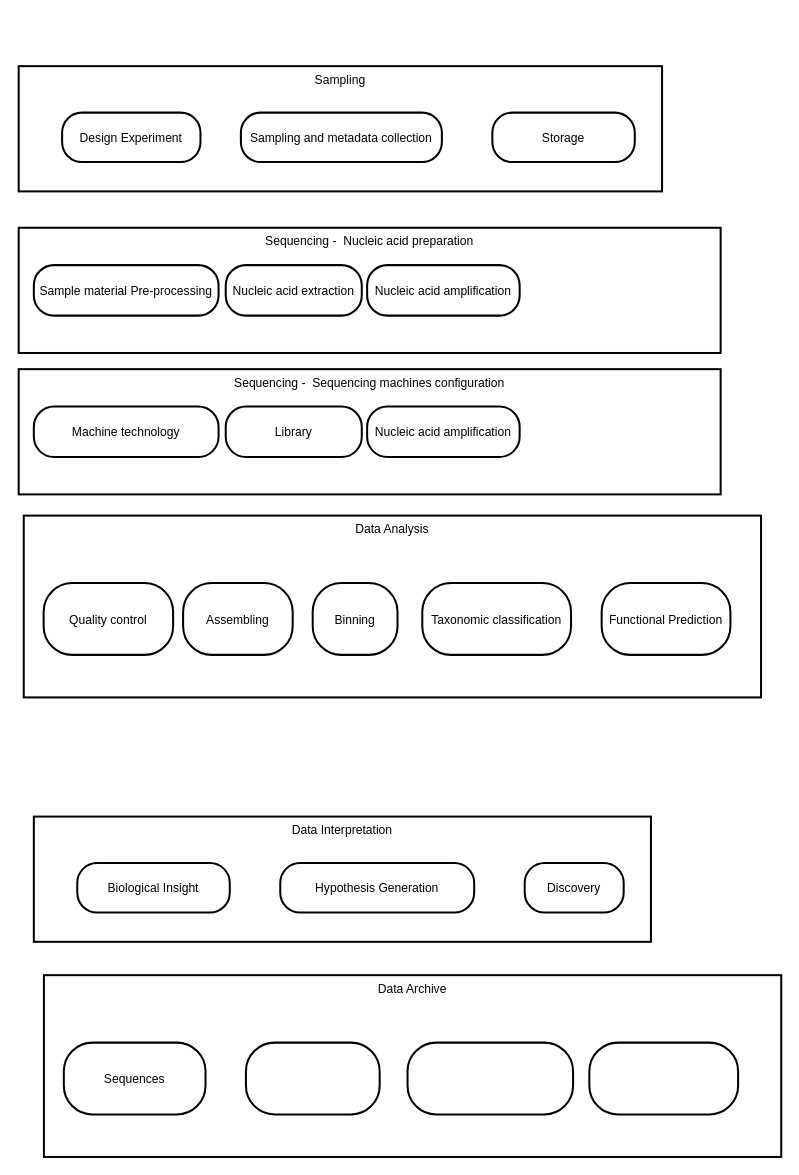
Arzhura/DaLi keeps this draw.io diagram as metaDaLi.drawio. Above is the earlier version. Source tidied: cells renumbered, new cells numbered last; positions are measured from the earlier drawing's top-left corner, leaving out a move shared by most shapes. Both pictures are drawn from the tidied source at 101%, with x=0, y=0 at pixel (18, 66).
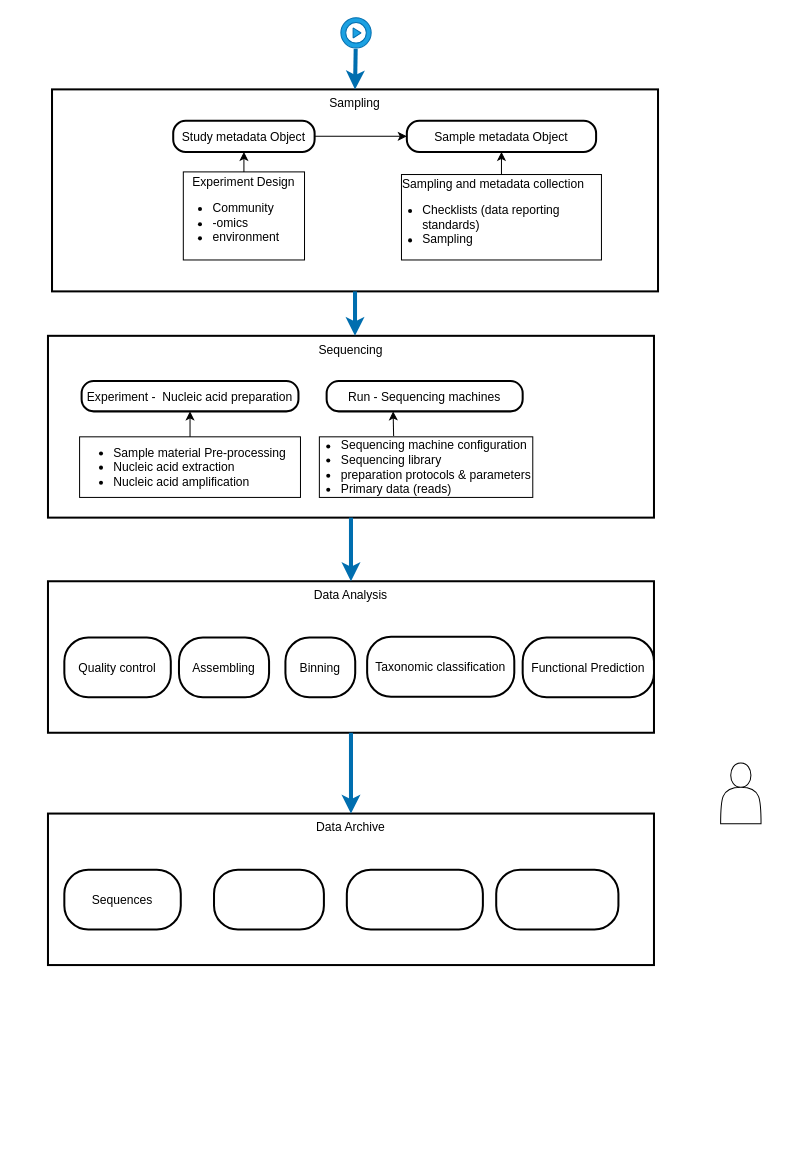
The same page after the edit.

What changed in the source:
```diff
@@
-    <mxCell id="2" value="Data Interpretation" style="whiteSpace=wrap;strokeWidth=2;verticalAlign=top;" parent="1" vertex="1">
-      <mxGeometry x="15" y="743" width="611" height="124" as="geometry" />
-    </mxCell>
-    <mxCell id="3" value="Biological Insight" style="rounded=1;arcSize=40;strokeWidth=2;" parent="2" vertex="1">
-      <mxGeometry x="43" y="46" width="151" height="49" as="geometry" />
-    </mxCell>
-    <mxCell id="4" value="Hypothesis Generation" style="rounded=1;arcSize=40;strokeWidth=2;" parent="2" vertex="1">
-      <mxGeometry x="244" y="46" width="192" height="49" as="geometry" />
-    </mxCell>
-    <mxCell id="5" value="Discovery" style="rounded=1;arcSize=40;strokeWidth=2;" parent="2" vertex="1">
-      <mxGeometry x="486" y="46" width="98" height="49" as="geometry" />
-    </mxCell>
     <mxCell id="6" value="Data Analysis" style="whiteSpace=wrap;strokeWidth=2;verticalAlign=top;" parent="1" vertex="1">
-      <mxGeometry x="5" y="445" width="730" height="180" as="geometry" />
+      <mxGeometry x="29" y="510" width="600" height="150" as="geometry" />
     </mxCell>
     <mxCell id="7" value="Binning" style="rounded=1;arcSize=40;strokeWidth=2;" parent="6" vertex="1">
-      <mxGeometry x="286.1" y="66.8" width="84" height="71.1" as="geometry" />
+      <mxGeometry x="235.1" y="55.6" width="69.1" height="59.3" as="geometry" />
     </mxCell>
     <mxCell id="8" value="Assembling" style="rounded=1;arcSize=40;strokeWidth=2;" parent="6" vertex="1">
-      <mxGeometry x="157.8" y="66.8" width="108.5" height="71.1" as="geometry" />
+      <mxGeometry x="129.7" y="55.6" width="89.2" height="59.3" as="geometry" />
     </mxCell>
     <mxCell id="9" value="Functional Prediction" style="rounded=1;arcSize=40;strokeWidth=2;" parent="6" vertex="1">
-      <mxGeometry x="572.2" y="66.8" width="127.5" height="71.1" as="geometry" />
+      <mxGeometry x="470" y="55.6" width="130" height="59.3" as="geometry" />
     </mxCell>
     <mxCell id="10" value="Quality control" style="rounded=1;arcSize=40;strokeWidth=2;" parent="6" vertex="1">
-      <mxGeometry x="19.7" y="66.8" width="128.2" height="71.1" as="geometry" />
+      <mxGeometry x="16.2" y="55.6" width="105.4" height="59.3" as="geometry" />
     </mxCell>
     <mxCell id="11" value="Taxonomic classification" style="rounded=1;arcSize=40;strokeWidth=2;" parent="6" vertex="1">
-      <mxGeometry x="394.6" y="66.8" width="147.3" height="71.1" as="geometry" />
+      <mxGeometry x="316" y="55" width="145.7" height="59.3" as="geometry" />
     </mxCell>
-    <mxCell id="12" value="Sequencing -  Nucleic acid preparation" style="whiteSpace=wrap;strokeWidth=2;verticalAlign=top;" parent="1" vertex="1">
-      <mxGeometry y="160" width="695" height="124" as="geometry" />
+    <mxCell id="12" value="Sequencing" style="whiteSpace=wrap;strokeWidth=2;verticalAlign=top;" parent="1" vertex="1">
+      <mxGeometry x="29" y="267" width="600" height="180" as="geometry" />
     </mxCell>
-    <mxCell id="13" value="Nucleic acid extraction" style="rounded=1;arcSize=40;strokeWidth=2;flipV=1;flipH=1;" parent="12" vertex="1">
-      <mxGeometry x="205" y="37" width="134.7" height="50" as="geometry" />
+    <mxCell id="13" value="Run - Sequencing machines" style="rounded=1;arcSize=40;strokeWidth=2;flipV=1;flipH=1;" parent="12" vertex="1">
+      <mxGeometry x="275.9" y="44.8" width="194.1" height="30" as="geometry" />
     </mxCell>
-    <mxCell id="14" value="Sample material Pre-processing" style="rounded=1;arcSize=40;strokeWidth=2;flipV=1;flipH=1;" parent="12" vertex="1">
-      <mxGeometry x="15" y="37" width="182.9" height="50" as="geometry" />
+    <mxCell id="14" value="Experiment -  Nucleic acid preparation" style="rounded=1;arcSize=40;strokeWidth=2;flipV=1;flipH=1;" parent="12" vertex="1">
+      <mxGeometry x="33.3" y="44.8" width="214.7" height="30" as="geometry" />
     </mxCell>
-    <mxCell id="15" value="Nucleic acid amplification" style="rounded=1;arcSize=40;strokeWidth=2;flipV=1;flipH=1;" parent="12" vertex="1">
-      <mxGeometry x="345" y="37" width="151" height="50" as="geometry" />
-    </mxCell>
+    <mxCell id="29" value="&lt;div style=&quot;&quot;&gt;&lt;ul style=&quot;padding-left: 20px;&quot;&gt;&lt;li style=&quot;text-align: left;&quot;&gt;&lt;span style=&quot;white-space: nowrap;&quot;&gt;Sample material Pre-processing&lt;/span&gt;&lt;br&gt;&lt;/li&gt;&lt;li style=&quot;text-align: left;&quot;&gt;&lt;span style=&quot;white-space: nowrap;&quot;&gt;Nucleic acid extraction&lt;/span&gt;&lt;br&gt;&lt;/li&gt;&lt;li style=&quot;text-align: left;&quot;&gt;&lt;span style=&quot;white-space: nowrap;&quot;&gt;Nucleic acid amplification&lt;/span&gt;&lt;br&gt;&lt;/li&gt;&lt;/ul&gt;&lt;/div&gt;" style="rounded=0;whiteSpace=wrap;html=1;" parent="12" vertex="1">
+      <mxGeometry x="31.3" y="100" width="218.7" height="60" as="geometry" />
+    </mxCell>
+    <mxCell id="30" value="&lt;div style=&quot;text-align: left;&quot;&gt;&lt;ul style=&quot;padding-left: 20px;&quot;&gt;&lt;li&gt;&lt;span style=&quot;white-space: nowrap;&quot;&gt;Sequencing machine configuration&lt;/span&gt;&lt;/li&gt;&lt;li&gt;&lt;span style=&quot;white-space: nowrap;&quot;&gt;Sequencing library&lt;/span&gt;&lt;/li&gt;&lt;li&gt;&lt;span style=&quot;white-space: nowrap;&quot;&gt;preparation protocols &amp;amp; parameters&lt;/span&gt;&lt;/li&gt;&lt;li&gt;&lt;span style=&quot;white-space: nowrap;&quot;&gt;Primary data (reads)&lt;/span&gt;&lt;/li&gt;&lt;/ul&gt;&lt;/div&gt;" style="rounded=0;whiteSpace=wrap;html=1;" parent="12" vertex="1">
+      <mxGeometry x="268.7" y="100" width="211.3" height="60" as="geometry" />
+    </mxCell>
+    <mxCell id="31" style="endArrow=classic;html=1;rounded=0;entryX=0.5;entryY=1;entryDx=0;entryDy=0;exitX=0.5;exitY=0;exitDx=0;exitDy=0;" parent="12" edge="1" source="29" target="14">
+      <mxGeometry relative="1" as="geometry" />
+    </mxCell>
+    <mxCell id="32" style="endArrow=classic;html=1;rounded=0;entryX=0.5;entryY=1;entryDx=0;entryDy=0;exitX=0.348;exitY=-0.014;exitDx=0;exitDy=0;exitPerimeter=0;" parent="12" edge="1" source="30">
+      <mxGeometry relative="1" as="geometry">
+        <mxPoint x="341.7" y="74.8" as="targetPoint" />
+      </mxGeometry>
+    </mxCell>
     <mxCell id="16" value="Sampling" style="whiteSpace=wrap;strokeWidth=2;verticalAlign=top;" parent="1" vertex="1">
-      <mxGeometry width="637" height="124" as="geometry" />
+      <mxGeometry x="33" y="23" width="600" height="200" as="geometry" />
     </mxCell>
+    <mxCell id="33" style="endArrow=classic;html=1;rounded=0;exitX=1;exitY=0.5;exitDx=0;exitDy=0;entryX=0;entryY=0.5;entryDx=0;entryDy=0;" parent="16" edge="1" source="17" target="18">
+      <mxGeometry relative="1" as="geometry" />
+    </mxCell>
+    <mxCell id="34" style="group;" parent="16" vertex="1">
+      <mxGeometry x="126" y="31.1" width="140" height="137.8" as="geometry" />
+    </mxCell>
-    <mxCell id="17" value="Design Experiment" style="rounded=1;arcSize=40;strokeWidth=2;" parent="16" vertex="1">
-      <mxGeometry x="43" y="46" width="137" height="49" as="geometry" />
+    <mxCell id="17" value="Study metadata Object" style="rounded=1;arcSize=40;strokeWidth=2;flipV=1;flipH=1;" parent="34" vertex="1">
+      <mxGeometry x="-6" width="140" height="30.8" as="geometry" />
     </mxCell>
+    <mxCell id="35" value="&lt;div style=&quot;text-align: left;&quot;&gt;&lt;span style=&quot;text-align: center; white-space: nowrap;&quot;&gt;Experiment Design&lt;/span&gt;&lt;br&gt;&lt;/div&gt;&lt;ul style=&quot;padding-left: 20px;&quot;&gt;&lt;li style=&quot;text-align: left;&quot;&gt;Community&amp;nbsp;&lt;/li&gt;&lt;li style=&quot;text-align: left;&quot;&gt;-omics&lt;/li&gt;&lt;li style=&quot;text-align: left;&quot;&gt;environment&amp;nbsp;&lt;br&gt;&lt;/li&gt;&lt;/ul&gt;" style="rounded=0;whiteSpace=wrap;html=1;flipV=1;flipH=1;" parent="34" vertex="1">
+      <mxGeometry x="4" y="50.6" width="120" height="87.2" as="geometry" />
+    </mxCell>
+    <mxCell id="36" style="endArrow=classic;html=1;rounded=0;entryX=0.5;entryY=1;entryDx=0;entryDy=0;exitX=0.5;exitY=0;exitDx=0;exitDy=0;" parent="34" edge="1" source="35" target="17">
+      <mxGeometry relative="1" as="geometry" />
+    </mxCell>
+    <mxCell id="37" style="group;" parent="16" vertex="1">
+      <mxGeometry x="346" y="31.1" width="198" height="137.8" as="geometry" />
+    </mxCell>
-    <mxCell id="18" value="Sampling and metadata collection" style="rounded=1;arcSize=40;strokeWidth=2;" parent="16" vertex="1">
-      <mxGeometry x="220" y="46" width="199" height="49" as="geometry" />
+    <mxCell id="18" value="Sample metadata Object" style="rounded=1;arcSize=40;strokeWidth=2;flipV=1;flipH=1;" parent="37" vertex="1">
+      <mxGeometry x="5.3" width="187.4" height="30.8" as="geometry" />
     </mxCell>
-    <mxCell id="19" value="Storage" style="rounded=1;arcSize=40;strokeWidth=2;" parent="16" vertex="1">
-      <mxGeometry x="469" y="46" width="141" height="49" as="geometry" />
-    </mxCell>
+    <mxCell id="38" value="&lt;div style=&quot;text-align: left;&quot;&gt;&lt;span style=&quot;text-align: center; white-space: nowrap;&quot;&gt;Sampling and metadata collection&lt;/span&gt;&lt;br&gt;&lt;/div&gt;&lt;ul style=&quot;padding-left: 20px;&quot;&gt;&lt;li style=&quot;text-align: left;&quot;&gt;Checklists (data reporting standards)&amp;nbsp;&lt;/li&gt;&lt;li style=&quot;text-align: left;&quot;&gt;Sampling&lt;/li&gt;&lt;/ul&gt;" style="rounded=0;whiteSpace=wrap;html=1;" parent="37" vertex="1">
+      <mxGeometry y="53.2" width="198" height="84.6" as="geometry" />
+    </mxCell>
+    <mxCell id="39" style="endArrow=classic;html=1;rounded=0;entryX=0.5;entryY=1;entryDx=0;entryDy=0;exitX=0.5;exitY=0;exitDx=0;exitDy=0;" parent="37" edge="1" source="38" target="18">
+      <mxGeometry relative="1" as="geometry" />
+    </mxCell>
     <mxCell id="20" value="Data Archive" style="whiteSpace=wrap;strokeWidth=2;verticalAlign=top;" parent="1" vertex="1">
-      <mxGeometry x="25" y="900" width="730" height="180" as="geometry" />
+      <mxGeometry x="29" y="740" width="600" height="150" as="geometry" />
     </mxCell>
     <mxCell id="21" style="rounded=1;arcSize=40;strokeWidth=2;" parent="20" vertex="1">
-      <mxGeometry x="360" y="66.8" width="163.9" height="71.1" as="geometry" />
+      <mxGeometry x="295.9" y="55.6" width="134.7" height="59.3" as="geometry" />
     </mxCell>
     <mxCell id="22" style="rounded=1;arcSize=40;strokeWidth=2;" parent="20" vertex="1">
-      <mxGeometry x="200" y="66.8" width="132.4" height="71.1" as="geometry" />
+      <mxGeometry x="164.4" y="55.6" width="108.8" height="59.3" as="geometry" />
     </mxCell>
     <mxCell id="23" value="Sequences" style="rounded=1;arcSize=40;strokeWidth=2;" parent="20" vertex="1">
-      <mxGeometry x="19.7" y="66.8" width="140.3" height="71.1" as="geometry" />
+      <mxGeometry x="16.2" y="55.6" width="115.3" height="59.3" as="geometry" />
     </mxCell>
     <mxCell id="24" style="rounded=1;arcSize=40;strokeWidth=2;" parent="20" vertex="1">
-      <mxGeometry x="540" y="66.8" width="147.3" height="71.1" as="geometry" />
+      <mxGeometry x="443.8" y="55.6" width="121" height="59.3" as="geometry" />
     </mxCell>
-    <mxCell id="25" value="Sequencing -  Sequencing machines configuration" style="whiteSpace=wrap;strokeWidth=2;verticalAlign=top;" parent="1" vertex="1">
-      <mxGeometry y="300" width="695" height="124" as="geometry" />
-    </mxCell>
-    <mxCell id="26" value="Library" style="rounded=1;arcSize=40;strokeWidth=2;flipV=1;flipH=1;" parent="25" vertex="1">
-      <mxGeometry x="205" y="37" width="134.7" height="50" as="geometry" />
-    </mxCell>
-    <mxCell id="27" value="Machine technology" style="rounded=1;arcSize=40;strokeWidth=2;flipV=1;flipH=1;" parent="25" vertex="1">
-      <mxGeometry x="15" y="37" width="182.9" height="50" as="geometry" />
-    </mxCell>
-    <mxCell id="28" value="Nucleic acid amplification" style="rounded=1;arcSize=40;strokeWidth=2;flipV=1;flipH=1;" parent="25" vertex="1">
-      <mxGeometry x="345" y="37" width="151" height="50" as="geometry" />
-    </mxCell>
+    <mxCell id="40" style="shape=actor;whiteSpace=wrap;html=1;" parent="1" vertex="1">
+      <mxGeometry x="695" y="690" width="40" height="60" as="geometry" />
+    </mxCell>
+    <mxCell id="41" style="endArrow=classic;html=1;rounded=0;fillColor=#1ba1e2;strokeColor=#006EAF;strokeWidth=4;exitX=0.5;exitY=1;exitDx=0;exitDy=0;" parent="1" edge="1" source="12">
+      <mxGeometry relative="1" as="geometry">
+        <mxPoint x="329" y="510" as="targetPoint" />
+        <Array as="points">
+          <mxPoint x="329" y="480" />
+        </Array>
+      </mxGeometry>
+    </mxCell>
+    <mxCell id="42" style="endArrow=classic;html=1;rounded=0;fillColor=#1ba1e2;strokeColor=#006EAF;strokeWidth=4;exitX=0.5;exitY=1;exitDx=0;exitDy=0;entryX=0.5;entryY=0;entryDx=0;entryDy=0;" parent="1" edge="1" source="16">
+      <mxGeometry relative="1" as="geometry">
+        <mxPoint x="333" y="267" as="targetPoint" />
+      </mxGeometry>
+    </mxCell>
+    <mxCell id="43" style="group;" parent="1" vertex="1">
+      <mxGeometry x="319" y="-48" width="30" height="30" as="geometry" />
+    </mxCell>
+    <mxCell id="44" style="sketch=0;html=1;strokeColor=#006EAF;shadow=0;fillColor=#1ba1e2;verticalAlign=top;labelPosition=center;verticalLabelPosition=bottom;shape=mxgraph.gcp2.play_start;fontColor=#ffffff;" parent="43" vertex="1">
+      <mxGeometry width="30" height="30" as="geometry" />
+    </mxCell>
+    <mxCell id="45" style="endArrow=classic;html=1;rounded=0;fillColor=#1ba1e2;strokeColor=#006EAF;strokeWidth=4;entryX=0.5;entryY=0;entryDx=0;entryDy=0;exitX=0.489;exitY=1.028;exitDx=0;exitDy=0;exitPerimeter=0;" parent="43" edge="1" source="44" target="16">
+      <mxGeometry relative="1" as="geometry" />
+    </mxCell>
+    <mxCell id="46" style="endArrow=classic;html=1;rounded=0;fillColor=#1ba1e2;strokeColor=#006EAF;strokeWidth=4;exitX=0.5;exitY=1;exitDx=0;exitDy=0;" parent="1" edge="1" source="6" target="20">
+      <mxGeometry relative="1" as="geometry" />
+    </mxCell>
```
